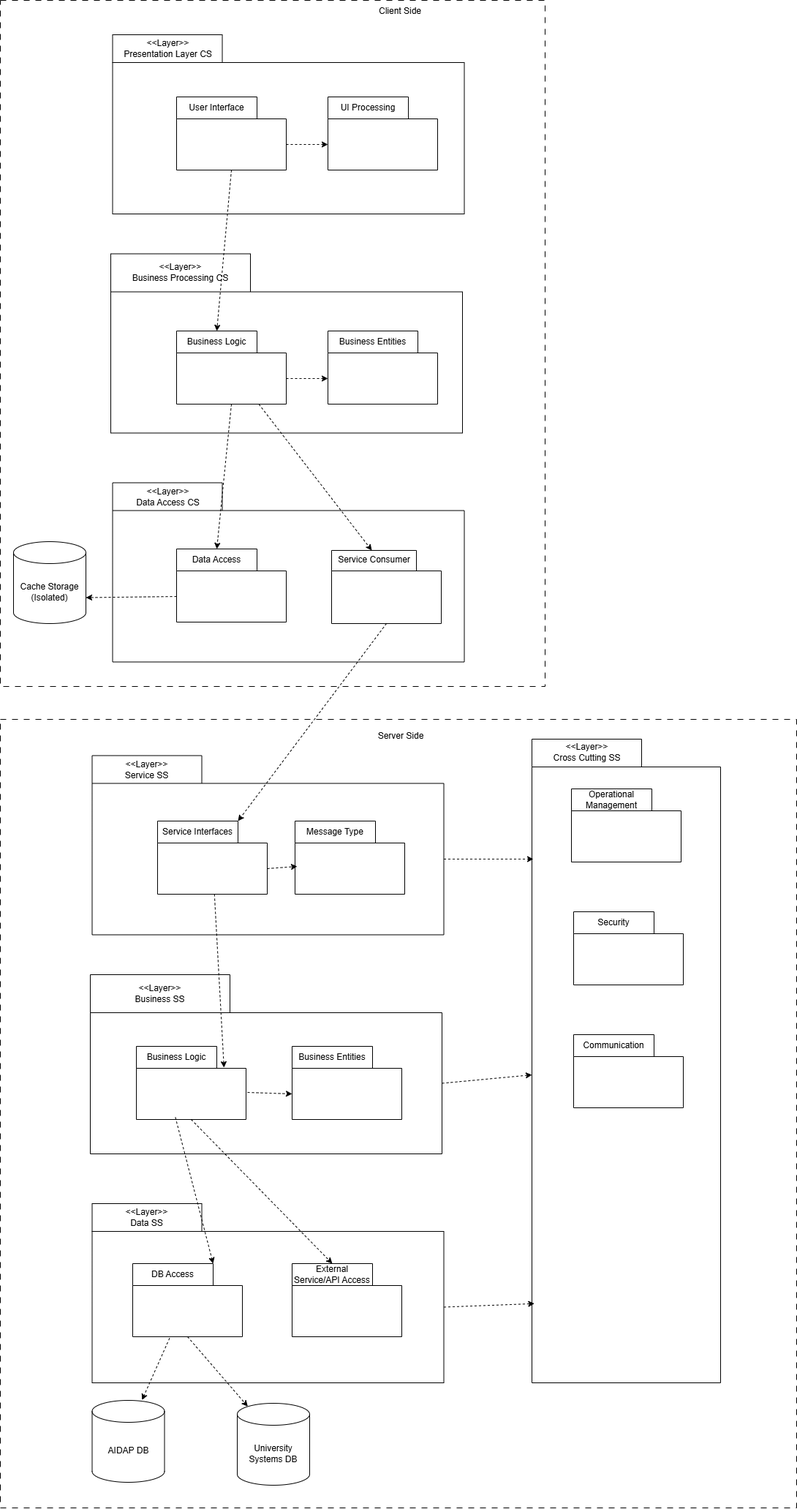
Above: iterations/iteration-artifacts/iteration1_logical.drawio.png in OTUSOFE365025/project-group-18-crn-43510 (draw.io), before the change. Source tidied: cells renumbered, new cells last; positions are measured from the earlier drawing's top-left corner, leaving out a move shared by most shapes.
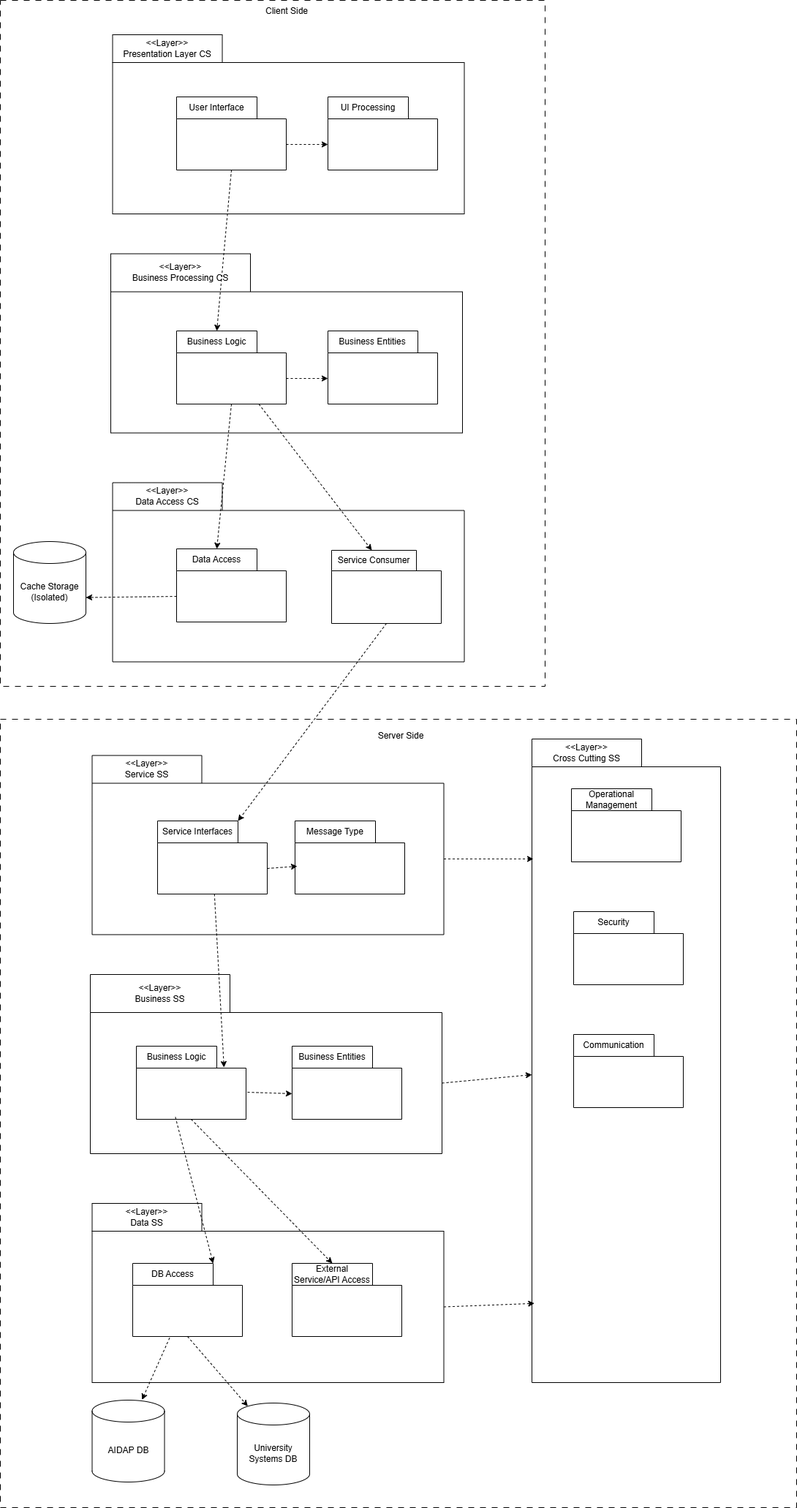
Above is the later version.

Commit message:
Fix Iteration 2 Step 5 wording, complete logical diagram for iteration 2

The edit, as a diff of the source:
```diff
@@ -6,7 +6,7 @@
       <mxGeometry width="745" height="938" as="geometry" />
     </mxCell>
     <mxCell id="3" value="Client Side" style="text;html=1;align=center;verticalAlign=middle;whiteSpace=wrap;rounded=0;" parent="1" vertex="1">
-      <mxGeometry x="489" width="116" height="30" as="geometry" />
+      <mxGeometry x="333.5" width="116" height="30" as="geometry" />
     </mxCell>
     <mxCell id="4" value="&lt;div&gt;&lt;span style=&quot;font-weight: 400;&quot;&gt;&amp;lt;&amp;lt;Layer&amp;gt;&amp;gt;&lt;/span&gt;&lt;/div&gt;&lt;span style=&quot;font-weight: normal;&quot;&gt;Presentation Layer CS&lt;/span&gt;" style="shape=folder;fontStyle=1;tabWidth=150;tabHeight=38;tabPosition=left;html=1;boundedLbl=1;labelInHeader=1;whiteSpace=wrap;" parent="1" vertex="1">
       <mxGeometry x="153.5" y="47" width="481" height="245" as="geometry" />
@@ -166,11 +166,6 @@
         <mxPoint y="30" as="offset" />
       </mxGeometry>
     </mxCell>
-    <mxCell id="48" style="html=1;strokeColor=none;fillColor=none;whiteSpace=wrap;" parent="46" vertex="1">
-      <mxGeometry x="-398.5" y="-112" width="481" height="171.5" as="geometry">
-        <mxPoint y="30" as="offset" />
-      </mxGeometry>
-    </mxCell>
     <mxCell id="49" style="html=1;labelBackgroundColor=#ffffff;startArrow=none;startFill=0;startSize=6;endArrow=classic;endFill=1;endSize=6;jettySize=auto;strokeWidth=1;dashed=1;fontSize=14;exitX=0;exitY=0;exitDx=150;exitDy=65;exitPerimeter=0;entryX=0;entryY=0;entryDx=0;entryDy=65;entryPerimeter=0;" parent="1" edge="1" source="44" target="46">
       <mxGeometry relative="1" as="geometry" />
     </mxCell>
```
